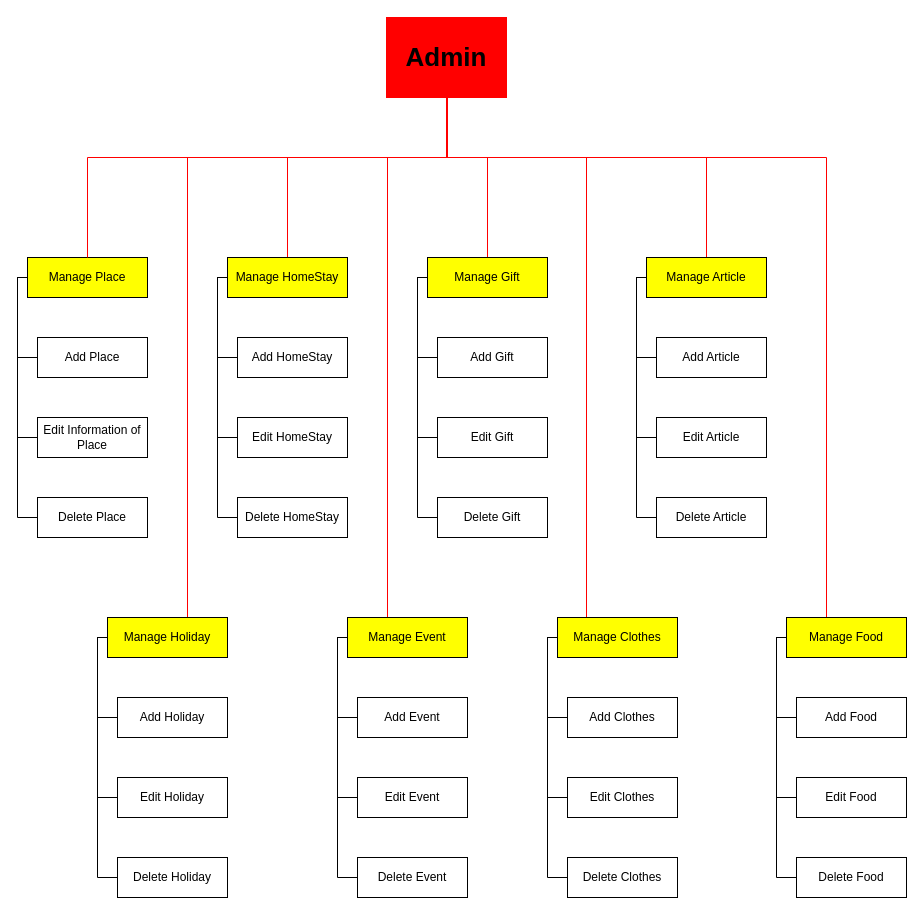
This is First Prototype/VisitVietnamAdminFunctional.drawio from KhoaDQ/VisitVietnamRepo, a draw.io file, before an edit. Source tidied: cells renumbered, new cells numbered last; positions are measured from the earlier drawing's top-left corner, leaving out a move shared by most shapes. Both pictures are drawn from the tidied source at 100%, with x=0, y=0 at pixel (17, 17).
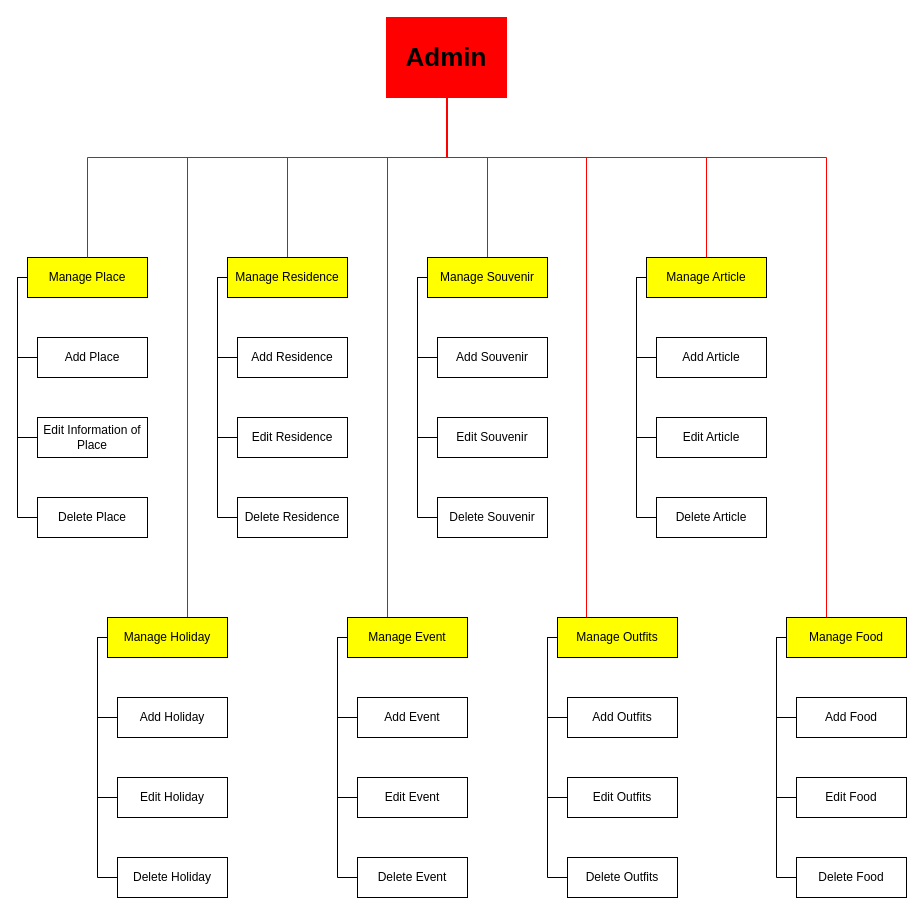
After the change.

The edit, as a diff of the source:
```diff
@@
-    <mxCell id="18" value="Add HomeStay" style="rounded=0;whiteSpace=wrap;html=1;" parent="1" vertex="1">
+    <mxCell id="18" value="Add Residence" style="rounded=0;whiteSpace=wrap;html=1;" parent="1" vertex="1">
       <mxGeometry x="220" y="320" width="110" height="40" as="geometry" />
     </mxCell>
@@
-    <mxCell id="22" value="Manage HomeStay" style="rounded=0;whiteSpace=wrap;html=1;fillColor=#FFFF00;" parent="1" vertex="1">
+    <mxCell id="22" value="Manage Residence" style="rounded=0;whiteSpace=wrap;html=1;fillColor=#FFFF00;" parent="1" vertex="1">
       <mxGeometry x="210" y="240" width="120" height="40" as="geometry" />
     </mxCell>
-    <mxCell id="23" value="Edit HomeStay" style="rounded=0;whiteSpace=wrap;html=1;" parent="1" vertex="1">
+    <mxCell id="23" value="Edit Residence" style="rounded=0;whiteSpace=wrap;html=1;" parent="1" vertex="1">
       <mxGeometry x="220" y="400" width="110" height="40" as="geometry" />
     </mxCell>
-    <mxCell id="24" value="Delete HomeStay" style="rounded=0;whiteSpace=wrap;html=1;" parent="1" vertex="1">
+    <mxCell id="24" value="Delete Residence" style="rounded=0;whiteSpace=wrap;html=1;" parent="1" vertex="1">
       <mxGeometry x="220" y="480" width="110" height="40" as="geometry" />
     </mxCell>
-    <mxCell id="25" value="Add Gift" style="rounded=0;whiteSpace=wrap;html=1;" parent="1" vertex="1">
+    <mxCell id="25" value="Add Souvenir" style="rounded=0;whiteSpace=wrap;html=1;" parent="1" vertex="1">
       <mxGeometry x="420" y="320" width="110" height="40" as="geometry" />
     </mxCell>
@@
-    <mxCell id="29" value="Manage Gift" style="rounded=0;whiteSpace=wrap;html=1;fillColor=#FFFF00;" parent="1" vertex="1">
+    <mxCell id="29" value="Manage Souvenir" style="rounded=0;whiteSpace=wrap;html=1;fillColor=#FFFF00;" parent="1" vertex="1">
       <mxGeometry x="410" y="240" width="120" height="40" as="geometry" />
     </mxCell>
-    <mxCell id="30" value="Edit Gift" style="rounded=0;whiteSpace=wrap;html=1;" parent="1" vertex="1">
+    <mxCell id="30" value="Edit Souvenir" style="rounded=0;whiteSpace=wrap;html=1;" parent="1" vertex="1">
       <mxGeometry x="420" y="400" width="110" height="40" as="geometry" />
     </mxCell>
-    <mxCell id="31" value="Delete Gift" style="rounded=0;whiteSpace=wrap;html=1;" parent="1" vertex="1">
+    <mxCell id="31" value="Delete Souvenir" style="rounded=0;whiteSpace=wrap;html=1;" parent="1" vertex="1">
       <mxGeometry x="420" y="480" width="110" height="40" as="geometry" />
     </mxCell>
-    <mxCell id="32" value="Add Clothes" style="rounded=0;whiteSpace=wrap;html=1;" parent="1" vertex="1">
+    <mxCell id="32" value="Add Outfits" style="rounded=0;whiteSpace=wrap;html=1;" parent="1" vertex="1">
       <mxGeometry x="550" y="680" width="110" height="40" as="geometry" />
     </mxCell>
@@
-    <mxCell id="36" value="Manage Clothes" style="rounded=0;whiteSpace=wrap;html=1;fillColor=#FFFF00;" parent="1" vertex="1">
+    <mxCell id="36" value="Manage Outfits" style="rounded=0;whiteSpace=wrap;html=1;fillColor=#FFFF00;" parent="1" vertex="1">
       <mxGeometry x="540" y="600" width="120" height="40" as="geometry" />
     </mxCell>
-    <mxCell id="37" value="&lt;span&gt;Edit Clothes&lt;/span&gt;" style="rounded=0;whiteSpace=wrap;html=1;" parent="1" vertex="1">
+    <mxCell id="37" value="&lt;span&gt;Edit&amp;nbsp;&lt;/span&gt;Outfits" style="rounded=0;whiteSpace=wrap;html=1;" parent="1" vertex="1">
       <mxGeometry x="550" y="760" width="110" height="40" as="geometry" />
     </mxCell>
-    <mxCell id="38" value="Delete Clothes" style="rounded=0;whiteSpace=wrap;html=1;" parent="1" vertex="1">
+    <mxCell id="38" value="Delete Outfits" style="rounded=0;whiteSpace=wrap;html=1;" parent="1" vertex="1">
       <mxGeometry x="550" y="840" width="110" height="40" as="geometry" />
     </mxCell>
```
